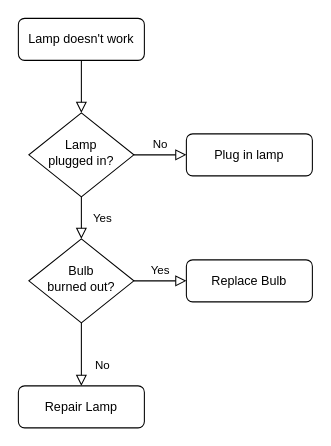
This is Material/Multimedia/Untitled Diagram.drawio from Cuanticos/CM-Cartografia-de-la-Conciencia, a draw.io file, before an edit. Source tidied: cells renumbered, new cells numbered last; positions are measured from the earlier drawing's top-left corner, leaving out a move shared by most shapes. Both pictures are drawn from the tidied source at 105%, with x=0, y=0 at pixel (18, 18).
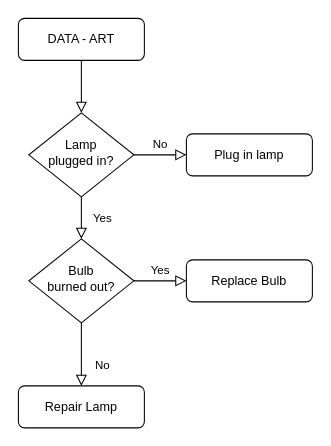
The same page after the edit.

The edit, as a diff of the source:
```diff
@@
 <mxGraphModel>
   <root>
     <mxCell id="0" />
     <mxCell id="1" parent="0" />
     <mxCell id="2" style="rounded=0;html=1;jettySize=auto;fontSize=11;endArrow=block;endFill=0;endSize=8;strokeWidth=1;shadow=0;labelBackgroundColor=none;edgeStyle=orthogonalEdgeStyle;" parent="1" edge="1" source="3" target="6">
       <mxGeometry relative="1" as="geometry" />
     </mxCell>
-    <mxCell id="3" value="Lamp doesn't work" style="rounded=1;whiteSpace=wrap;html=1;fontSize=12;glass=0;strokeWidth=1;shadow=0;" parent="1" vertex="1">
+    <mxCell id="3" value="DATA - ART" style="rounded=1;whiteSpace=wrap;html=1;fontSize=12;glass=0;strokeWidth=1;shadow=0;" parent="1" vertex="1">
       <mxGeometry width="120" height="40" as="geometry" />
     </mxCell>
     <mxCell id="4" value="Yes" style="rounded=0;html=1;jettySize=auto;fontSize=11;endArrow=block;endFill=0;endSize=8;strokeWidth=1;shadow=0;labelBackgroundColor=none;edgeStyle=orthogonalEdgeStyle;" parent="1" edge="1" source="6" target="10">
       <mxGeometry y="20" relative="1" as="geometry" />
     </mxCell>
     <mxCell id="5" value="No" style="edgeStyle=orthogonalEdgeStyle;rounded=0;html=1;jettySize=auto;fontSize=11;endArrow=block;endFill=0;endSize=8;strokeWidth=1;shadow=0;labelBackgroundColor=none;" parent="1" edge="1" source="6" target="7">
       <mxGeometry y="10" relative="1" as="geometry" />
     </mxCell>
     <mxCell id="6" value="Lamp&lt;br&gt;plugged in?" style="rhombus;whiteSpace=wrap;html=1;shadow=0;fontFamily=Helvetica;fontSize=12;align=center;strokeWidth=1;spacing=6;spacingTop=-4;" parent="1" vertex="1">
       <mxGeometry x="10" y="90" width="100" height="80" as="geometry" />
     </mxCell>
     <mxCell id="7" value="Plug in lamp" style="rounded=1;whiteSpace=wrap;html=1;fontSize=12;glass=0;strokeWidth=1;shadow=0;" parent="1" vertex="1">
       <mxGeometry x="160" y="110" width="120" height="40" as="geometry" />
     </mxCell>
     <mxCell id="8" value="No" style="rounded=0;html=1;jettySize=auto;fontSize=11;endArrow=block;endFill=0;endSize=8;strokeWidth=1;shadow=0;labelBackgroundColor=none;edgeStyle=orthogonalEdgeStyle;" parent="1" edge="1" source="10" target="11">
       <mxGeometry x="0.33" y="20" relative="1" as="geometry" />
     </mxCell>
     <mxCell id="9" value="Yes" style="edgeStyle=orthogonalEdgeStyle;rounded=0;html=1;jettySize=auto;fontSize=11;endArrow=block;endFill=0;endSize=8;strokeWidth=1;shadow=0;labelBackgroundColor=none;" parent="1" edge="1" source="10" target="12">
       <mxGeometry y="10" relative="1" as="geometry" />
     </mxCell>
     <mxCell id="10" value="Bulb&lt;br&gt;burned out?" style="rhombus;whiteSpace=wrap;html=1;shadow=0;fontFamily=Helvetica;fontSize=12;align=center;strokeWidth=1;spacing=6;spacingTop=-4;" parent="1" vertex="1">
       <mxGeometry x="10" y="210" width="100" height="80" as="geometry" />
     </mxCell>
     <mxCell id="11" value="Repair Lamp" style="rounded=1;whiteSpace=wrap;html=1;fontSize=12;glass=0;strokeWidth=1;shadow=0;" parent="1" vertex="1">
       <mxGeometry y="350" width="120" height="40" as="geometry" />
     </mxCell>
     <mxCell id="12" value="Replace Bulb" style="rounded=1;whiteSpace=wrap;html=1;fontSize=12;glass=0;strokeWidth=1;shadow=0;" parent="1" vertex="1">
       <mxGeometry x="160" y="230" width="120" height="40" as="geometry" />
     </mxCell>
   </root>
 </mxGraphModel>
```
